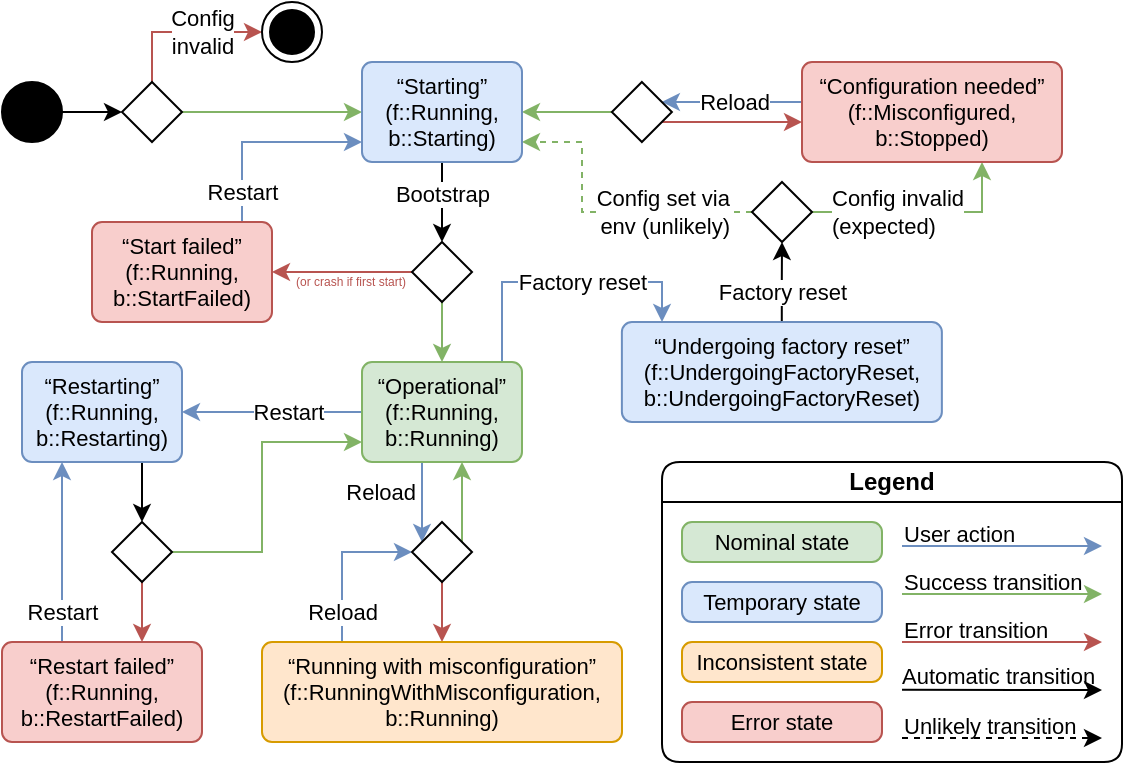
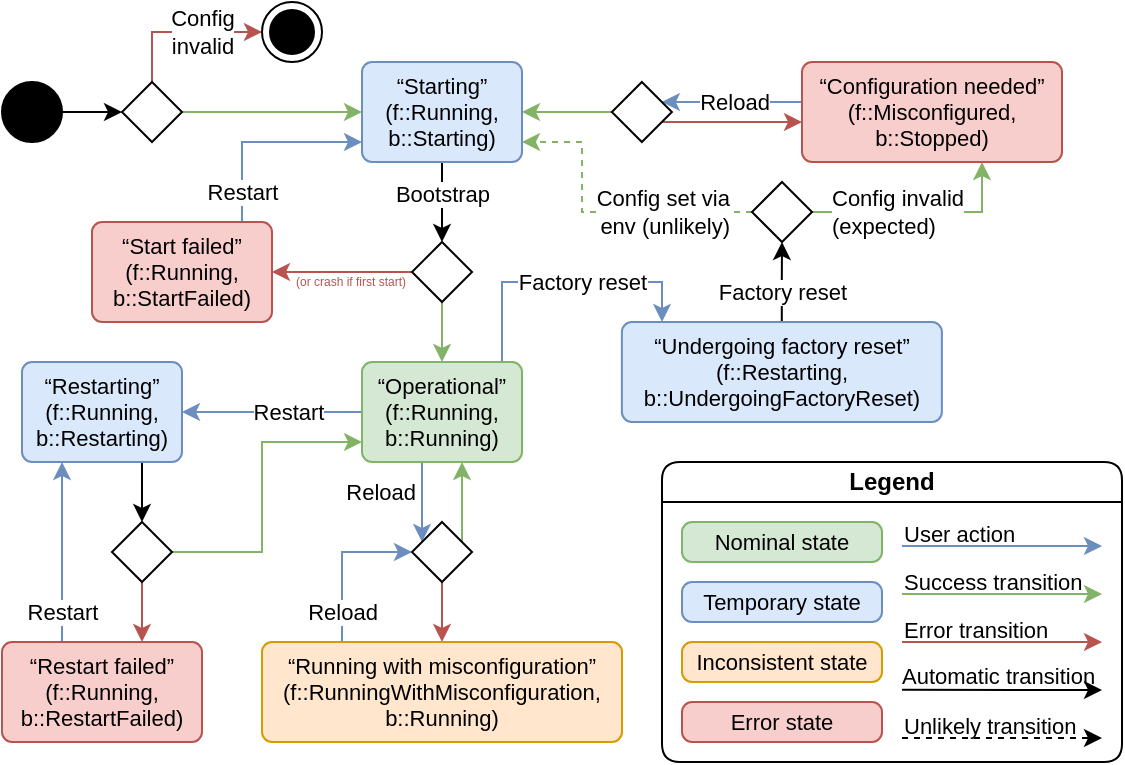
<mxfile host="app.diagrams.net" agent="Mozilla/5.0 (Macintosh; Intel Mac OS X 10.15; rv:144.0) Gecko/20100101 Firefox/144.0" version="28.2.9" pages="4">
  <diagram name="pod-server-api-state-machine" id="iWE8mc69DoLYVVXT-4Qp">
    <mxGraphModel dx="1122" dy="829" grid="1" gridSize="10" guides="1" tooltips="1" connect="1" arrows="1" fold="1" page="1" pageScale="1" pageWidth="1600" pageHeight="900" math="0" shadow="0">
      <root>
        <mxCell id="0" />
        <mxCell id="1" parent="0" />
        <mxCell id="PJxdS7uLjyZmxyq5ucky-50" style="rounded=0;orthogonalLoop=1;jettySize=auto;html=1;fillColor=#f8cecc;strokeColor=#b85450;edgeStyle=orthogonalEdgeStyle;" parent="1" source="PJxdS7uLjyZmxyq5ucky-52" target="PJxdS7uLjyZmxyq5ucky-47" edge="1">
          <mxGeometry relative="1" as="geometry" />
        </mxCell>
        <mxCell id="PJxdS7uLjyZmxyq5ucky-45" style="edgeStyle=orthogonalEdgeStyle;rounded=0;orthogonalLoop=1;jettySize=auto;html=1;fillColor=#dae8fc;strokeColor=#6c8ebf;" parent="1" source="PJxdS7uLjyZmxyq5ucky-47" target="PJxdS7uLjyZmxyq5ucky-52" edge="1">
          <mxGeometry relative="1" as="geometry">
            <Array as="points">
              <mxPoint x="210" y="315" />
            </Array>
          </mxGeometry>
        </mxCell>
        <mxCell id="PJxdS7uLjyZmxyq5ucky-46" value="&lt;div&gt;Reload&lt;/div&gt;" style="edgeLabel;html=1;align=center;verticalAlign=middle;resizable=0;points=[];" parent="PJxdS7uLjyZmxyq5ucky-45" vertex="1" connectable="0">
          <mxGeometry x="-0.2543" relative="1" as="geometry">
            <mxPoint y="15" as="offset" />
          </mxGeometry>
        </mxCell>
        <mxCell id="PJxdS7uLjyZmxyq5ucky-37" style="edgeStyle=orthogonalEdgeStyle;shape=connector;rounded=0;orthogonalLoop=1;jettySize=auto;html=1;strokeColor=#6c8ebf;align=center;verticalAlign=middle;fontFamily=Helvetica;fontSize=11;fontColor=default;labelBackgroundColor=default;resizable=0;endArrow=classic;fillColor=#dae8fc;elbow=vertical;" parent="1" source="PJxdS7uLjyZmxyq5ucky-25" target="PJxdS7uLjyZmxyq5ucky-52" edge="1">
          <mxGeometry relative="1" as="geometry">
            <Array as="points">
              <mxPoint x="250" y="290" />
              <mxPoint x="250" y="290" />
            </Array>
          </mxGeometry>
        </mxCell>
        <mxCell id="PJxdS7uLjyZmxyq5ucky-38" value="Reload" style="edgeLabel;align=right;verticalAlign=middle;resizable=0;points=[];strokeColor=default;fontFamily=Helvetica;fontSize=11;fontColor=default;labelBackgroundColor=default;fillColor=default;gradientColor=none;spacing=5;html=1;" parent="PJxdS7uLjyZmxyq5ucky-37" vertex="1" connectable="0">
          <mxGeometry x="0.249" relative="1" as="geometry">
            <mxPoint y="-10" as="offset" />
          </mxGeometry>
        </mxCell>
        <mxCell id="PJxdS7uLjyZmxyq5ucky-51" style="edgeStyle=orthogonalEdgeStyle;rounded=0;orthogonalLoop=1;jettySize=auto;html=1;fillColor=#d5e8d4;strokeColor=#82b366;" parent="1" source="PJxdS7uLjyZmxyq5ucky-52" target="PJxdS7uLjyZmxyq5ucky-25" edge="1">
          <mxGeometry relative="1" as="geometry">
            <Array as="points">
              <mxPoint x="270" y="290" />
              <mxPoint x="270" y="290" />
            </Array>
          </mxGeometry>
        </mxCell>
        <mxCell id="PJxdS7uLjyZmxyq5ucky-18" style="edgeStyle=orthogonalEdgeStyle;shape=connector;rounded=0;orthogonalLoop=1;jettySize=auto;html=1;strokeColor=#82b366;align=center;verticalAlign=middle;fontFamily=Helvetica;fontSize=11;fontColor=default;labelBackgroundColor=default;resizable=0;endArrow=classic;fillColor=#d5e8d4;dashed=1;" parent="1" source="PJxdS7uLjyZmxyq5ucky-20" target="PJxdS7uLjyZmxyq5ucky-4" edge="1">
          <mxGeometry relative="1" as="geometry">
            <Array as="points">
              <mxPoint x="330" y="145" />
              <mxPoint x="330" y="110" />
            </Array>
          </mxGeometry>
        </mxCell>
        <mxCell id="PJxdS7uLjyZmxyq5ucky-19" value="&lt;div&gt;Config set via&lt;/div&gt;&lt;div&gt;env (unlikely)&lt;/div&gt;" style="edgeLabel;html=1;align=right;verticalAlign=middle;resizable=0;points=[];strokeColor=default;fontFamily=Helvetica;fontSize=11;fontColor=default;labelBackgroundColor=default;fillColor=default;gradientColor=none;spacing=5;" parent="PJxdS7uLjyZmxyq5ucky-18" vertex="1" connectable="0">
          <mxGeometry x="-0.3342" y="1" relative="1" as="geometry">
            <mxPoint x="42" y="-1" as="offset" />
          </mxGeometry>
        </mxCell>
        <mxCell id="PJxdS7uLjyZmxyq5ucky-1" style="edgeStyle=orthogonalEdgeStyle;shape=connector;rounded=0;orthogonalLoop=1;jettySize=auto;html=1;strokeColor=default;align=center;verticalAlign=middle;fontFamily=Helvetica;fontSize=11;fontColor=default;labelBackgroundColor=default;resizable=0;endArrow=classic;" parent="1" source="PJxdS7uLjyZmxyq5ucky-2" target="PJxdS7uLjyZmxyq5ucky-8" edge="1">
          <mxGeometry relative="1" as="geometry" />
        </mxCell>
        <mxCell id="PJxdS7uLjyZmxyq5ucky-3" style="edgeStyle=orthogonalEdgeStyle;shape=connector;rounded=0;orthogonalLoop=1;jettySize=auto;html=1;strokeColor=#82b366;align=center;verticalAlign=middle;fontFamily=Helvetica;fontSize=11;fontColor=default;labelBackgroundColor=default;resizable=0;endArrow=classic;fillColor=#d5e8d4;" parent="1" source="PJxdS7uLjyZmxyq5ucky-30" target="PJxdS7uLjyZmxyq5ucky-25" edge="1">
          <mxGeometry relative="1" as="geometry" />
        </mxCell>
        <mxCell id="PJxdS7uLjyZmxyq5ucky-5" style="edgeStyle=orthogonalEdgeStyle;shape=connector;rounded=0;orthogonalLoop=1;jettySize=auto;html=1;strokeColor=#82b366;align=center;verticalAlign=middle;fontFamily=Helvetica;fontSize=11;fontColor=default;labelBackgroundColor=default;resizable=0;endArrow=classic;fillColor=#d5e8d4;" parent="1" source="PJxdS7uLjyZmxyq5ucky-8" target="PJxdS7uLjyZmxyq5ucky-4" edge="1">
          <mxGeometry relative="1" as="geometry" />
        </mxCell>
        <mxCell id="PJxdS7uLjyZmxyq5ucky-6" style="edgeStyle=orthogonalEdgeStyle;shape=connector;rounded=0;orthogonalLoop=1;jettySize=auto;html=1;strokeColor=#b85450;align=center;verticalAlign=middle;fontFamily=Helvetica;fontSize=11;fontColor=default;labelBackgroundColor=default;resizable=0;endArrow=classic;fillColor=#f8cecc;" parent="1" source="PJxdS7uLjyZmxyq5ucky-8" target="PJxdS7uLjyZmxyq5ucky-9" edge="1">
          <mxGeometry relative="1" as="geometry">
            <Array as="points">
              <mxPoint x="115" y="55" />
            </Array>
          </mxGeometry>
        </mxCell>
        <mxCell id="PJxdS7uLjyZmxyq5ucky-7" value="Config&lt;br&gt;invalid" style="edgeLabel;html=1;align=center;verticalAlign=middle;resizable=0;points=[];strokeColor=default;fontFamily=Helvetica;fontSize=11;fontColor=default;labelBackgroundColor=default;fillColor=default;gradientColor=none;" parent="PJxdS7uLjyZmxyq5ucky-6" vertex="1" connectable="0">
          <mxGeometry x="-0.2583" y="2" relative="1" as="geometry">
            <mxPoint x="20" y="2" as="offset" />
          </mxGeometry>
        </mxCell>
        <mxCell id="PJxdS7uLjyZmxyq5ucky-10" style="edgeStyle=orthogonalEdgeStyle;shape=connector;rounded=0;orthogonalLoop=1;jettySize=auto;html=1;strokeColor=#82b366;align=center;verticalAlign=middle;fontFamily=Helvetica;fontSize=11;fontColor=default;labelBackgroundColor=default;resizable=0;endArrow=classic;fillColor=#d5e8d4;" parent="1" source="PJxdS7uLjyZmxyq5ucky-20" target="PJxdS7uLjyZmxyq5ucky-36" edge="1">
          <mxGeometry relative="1" as="geometry">
            <mxPoint x="425" y="-10" as="targetPoint" />
            <Array as="points">
              <mxPoint x="530" y="145" />
            </Array>
          </mxGeometry>
        </mxCell>
        <mxCell id="PJxdS7uLjyZmxyq5ucky-11" value="&lt;div&gt;Config invalid&lt;/div&gt;&lt;div&gt;(expected)&lt;/div&gt;" style="edgeLabel;html=1;align=left;verticalAlign=middle;resizable=0;points=[];strokeColor=default;fontFamily=Helvetica;fontSize=11;fontColor=default;labelBackgroundColor=default;fillColor=default;gradientColor=none;spacing=5;" parent="PJxdS7uLjyZmxyq5ucky-10" vertex="1" connectable="0">
          <mxGeometry x="-0.49" y="-1" relative="1" as="geometry">
            <mxPoint x="-23" y="-1" as="offset" />
          </mxGeometry>
        </mxCell>
        <mxCell id="PJxdS7uLjyZmxyq5ucky-13" style="edgeStyle=orthogonalEdgeStyle;shape=connector;rounded=0;orthogonalLoop=1;jettySize=auto;html=1;strokeColor=#82b366;align=center;verticalAlign=middle;fontFamily=Helvetica;fontSize=11;fontColor=default;labelBackgroundColor=default;resizable=0;endArrow=classic;fillColor=#d5e8d4;" parent="1" source="PJxdS7uLjyZmxyq5ucky-15" target="PJxdS7uLjyZmxyq5ucky-4" edge="1">
          <mxGeometry relative="1" as="geometry">
            <mxPoint x="370" y="89.99999999999977" as="targetPoint" />
          </mxGeometry>
        </mxCell>
        <mxCell id="PJxdS7uLjyZmxyq5ucky-14" style="edgeStyle=orthogonalEdgeStyle;shape=connector;rounded=0;orthogonalLoop=1;jettySize=auto;html=1;strokeColor=#b85450;align=center;verticalAlign=middle;fontFamily=Helvetica;fontSize=11;fontColor=default;labelBackgroundColor=default;resizable=0;endArrow=classic;fillColor=#f8cecc;" parent="1" source="PJxdS7uLjyZmxyq5ucky-15" target="PJxdS7uLjyZmxyq5ucky-36" edge="1">
          <mxGeometry relative="1" as="geometry">
            <Array as="points">
              <mxPoint x="410" y="100" />
              <mxPoint x="410" y="100" />
            </Array>
          </mxGeometry>
        </mxCell>
        <mxCell id="PJxdS7uLjyZmxyq5ucky-16" value="" style="edgeStyle=orthogonalEdgeStyle;shape=connector;rounded=0;orthogonalLoop=1;jettySize=auto;html=1;strokeColor=default;align=center;verticalAlign=middle;fontFamily=Helvetica;fontSize=11;fontColor=default;labelBackgroundColor=default;resizable=0;endArrow=classic;" parent="1" source="PJxdS7uLjyZmxyq5ucky-12" target="PJxdS7uLjyZmxyq5ucky-20" edge="1">
          <mxGeometry relative="1" as="geometry">
            <mxPoint x="480" y="-15" as="sourcePoint" />
            <mxPoint x="480" y="75" as="targetPoint" />
          </mxGeometry>
        </mxCell>
        <mxCell id="PJxdS7uLjyZmxyq5ucky-17" value="Factory reset" style="edgeLabel;html=1;align=center;verticalAlign=middle;resizable=0;points=[];strokeColor=default;fontFamily=Helvetica;fontSize=11;fontColor=default;labelBackgroundColor=default;fillColor=default;gradientColor=none;" parent="PJxdS7uLjyZmxyq5ucky-16" vertex="1" connectable="0">
          <mxGeometry x="-0.1949" relative="1" as="geometry">
            <mxPoint y="1" as="offset" />
          </mxGeometry>
        </mxCell>
        <mxCell id="PJxdS7uLjyZmxyq5ucky-21" style="edgeStyle=orthogonalEdgeStyle;shape=connector;rounded=0;orthogonalLoop=1;jettySize=auto;html=1;strokeColor=#6c8ebf;align=center;verticalAlign=middle;fontFamily=Helvetica;fontSize=11;fontColor=default;labelBackgroundColor=default;resizable=0;endArrow=classic;fillColor=#dae8fc;" parent="1" source="PJxdS7uLjyZmxyq5ucky-25" target="PJxdS7uLjyZmxyq5ucky-12" edge="1">
          <mxGeometry relative="1" as="geometry">
            <Array as="points">
              <mxPoint x="290" y="180" />
              <mxPoint x="370" y="180" />
            </Array>
          </mxGeometry>
        </mxCell>
        <mxCell id="PJxdS7uLjyZmxyq5ucky-22" value="Factory reset" style="edgeLabel;html=1;align=center;verticalAlign=middle;resizable=0;points=[];strokeColor=default;fontFamily=Helvetica;fontSize=11;fontColor=default;labelBackgroundColor=default;fillColor=default;gradientColor=none;" parent="PJxdS7uLjyZmxyq5ucky-21" vertex="1" connectable="0">
          <mxGeometry x="-0.853" y="-1" relative="1" as="geometry">
            <mxPoint x="39" y="-30" as="offset" />
          </mxGeometry>
        </mxCell>
        <mxCell id="PJxdS7uLjyZmxyq5ucky-23" style="edgeStyle=orthogonalEdgeStyle;shape=connector;rounded=0;orthogonalLoop=1;jettySize=auto;html=1;strokeColor=#6c8ebf;align=center;verticalAlign=middle;fontFamily=Helvetica;fontSize=11;fontColor=default;labelBackgroundColor=default;resizable=0;endArrow=classic;fillColor=#dae8fc;" parent="1" target="PJxdS7uLjyZmxyq5ucky-49" edge="1">
          <mxGeometry relative="1" as="geometry">
            <mxPoint x="160" y="235.00869565217397" as="targetPoint" />
            <Array as="points">
              <mxPoint x="220" y="245" />
            </Array>
            <mxPoint x="220" y="235.00869565217397" as="sourcePoint" />
          </mxGeometry>
        </mxCell>
        <mxCell id="PJxdS7uLjyZmxyq5ucky-24" value="&lt;div&gt;Restart&lt;/div&gt;" style="edgeLabel;html=1;align=center;verticalAlign=middle;resizable=0;points=[];strokeColor=default;fontFamily=Helvetica;fontSize=11;fontColor=default;labelBackgroundColor=default;fillColor=default;gradientColor=none;" parent="PJxdS7uLjyZmxyq5ucky-23" vertex="1" connectable="0">
          <mxGeometry x="-0.2047" y="1" relative="1" as="geometry">
            <mxPoint x="-7" y="-1" as="offset" />
          </mxGeometry>
        </mxCell>
        <mxCell id="PJxdS7uLjyZmxyq5ucky-26" value="" style="edgeStyle=orthogonalEdgeStyle;shape=connector;rounded=0;orthogonalLoop=1;jettySize=auto;html=1;strokeColor=default;align=center;verticalAlign=middle;fontFamily=Helvetica;fontSize=11;fontColor=default;labelBackgroundColor=default;resizable=0;endArrow=classic;" parent="1" source="PJxdS7uLjyZmxyq5ucky-4" target="PJxdS7uLjyZmxyq5ucky-30" edge="1">
          <mxGeometry relative="1" as="geometry">
            <mxPoint x="295" y="110" as="sourcePoint" />
            <mxPoint x="295" y="200" as="targetPoint" />
          </mxGeometry>
        </mxCell>
        <mxCell id="PJxdS7uLjyZmxyq5ucky-27" value="Bootstrap" style="edgeLabel;html=1;align=center;verticalAlign=middle;resizable=0;points=[];strokeColor=default;fontFamily=Helvetica;fontSize=11;fontColor=default;labelBackgroundColor=default;fillColor=default;gradientColor=none;" parent="PJxdS7uLjyZmxyq5ucky-26" vertex="1" connectable="0">
          <mxGeometry x="-0.1333" y="-1" relative="1" as="geometry">
            <mxPoint x="1" y="-2" as="offset" />
          </mxGeometry>
        </mxCell>
        <mxCell id="PJxdS7uLjyZmxyq5ucky-28" style="edgeStyle=orthogonalEdgeStyle;shape=connector;rounded=0;orthogonalLoop=1;jettySize=auto;html=1;strokeColor=#b85450;align=center;verticalAlign=middle;fontFamily=Helvetica;fontSize=11;fontColor=default;labelBackgroundColor=default;resizable=0;endArrow=classic;fillColor=#f8cecc;" parent="1" source="PJxdS7uLjyZmxyq5ucky-30" target="PJxdS7uLjyZmxyq5ucky-33" edge="1">
          <mxGeometry relative="1" as="geometry">
            <Array as="points">
              <mxPoint x="250" y="175" />
              <mxPoint x="250" y="175" />
            </Array>
          </mxGeometry>
        </mxCell>
        <mxCell id="PJxdS7uLjyZmxyq5ucky-29" value="(or crash if first start)" style="edgeLabel;html=1;align=center;verticalAlign=top;resizable=0;points=[];strokeColor=default;fontFamily=Helvetica;fontSize=6;fontColor=#B85450;labelBackgroundColor=default;fillColor=default;gradientColor=none;spacing=-3;" parent="PJxdS7uLjyZmxyq5ucky-28" vertex="1" connectable="0">
          <mxGeometry x="0.2662" y="1" relative="1" as="geometry">
            <mxPoint x="13" y="-1" as="offset" />
          </mxGeometry>
        </mxCell>
        <mxCell id="PJxdS7uLjyZmxyq5ucky-31" style="shape=connector;rounded=0;orthogonalLoop=1;jettySize=auto;html=1;strokeColor=#6C8EBF;align=center;verticalAlign=middle;fontFamily=Helvetica;fontSize=11;fontColor=default;labelBackgroundColor=default;resizable=0;endArrow=classic;fillColor=#dae8fc;edgeStyle=orthogonalEdgeStyle;" parent="1" source="PJxdS7uLjyZmxyq5ucky-33" target="PJxdS7uLjyZmxyq5ucky-4" edge="1">
          <mxGeometry relative="1" as="geometry">
            <Array as="points">
              <mxPoint x="160" y="110" />
            </Array>
          </mxGeometry>
        </mxCell>
        <mxCell id="PJxdS7uLjyZmxyq5ucky-32" value="Restart" style="edgeLabel;align=center;verticalAlign=middle;resizable=0;points=[];strokeColor=default;fontFamily=Helvetica;fontSize=11;fontColor=default;labelBackgroundColor=default;fillColor=default;gradientColor=none;html=1;" parent="PJxdS7uLjyZmxyq5ucky-31" vertex="1" connectable="0">
          <mxGeometry x="-0.0255" y="-1" relative="1" as="geometry">
            <mxPoint x="-9" y="24" as="offset" />
          </mxGeometry>
        </mxCell>
        <mxCell id="PJxdS7uLjyZmxyq5ucky-34" style="edgeStyle=orthogonalEdgeStyle;shape=connector;rounded=0;orthogonalLoop=1;jettySize=auto;html=1;strokeColor=#6c8ebf;align=center;verticalAlign=middle;fontFamily=Helvetica;fontSize=11;fontColor=default;labelBackgroundColor=default;resizable=0;endArrow=classic;fillColor=#dae8fc;" parent="1" source="PJxdS7uLjyZmxyq5ucky-36" target="PJxdS7uLjyZmxyq5ucky-15" edge="1">
          <mxGeometry relative="1" as="geometry">
            <Array as="points">
              <mxPoint x="410" y="90" />
              <mxPoint x="410" y="90" />
            </Array>
          </mxGeometry>
        </mxCell>
        <mxCell id="PJxdS7uLjyZmxyq5ucky-35" value="Reload" style="edgeLabel;html=1;align=center;verticalAlign=middle;resizable=0;points=[];strokeColor=default;fontFamily=Helvetica;fontSize=11;fontColor=default;labelBackgroundColor=default;fillColor=default;gradientColor=none;" parent="PJxdS7uLjyZmxyq5ucky-34" vertex="1" connectable="0">
          <mxGeometry x="0.1867" y="-1" relative="1" as="geometry">
            <mxPoint x="7" y="1" as="offset" />
          </mxGeometry>
        </mxCell>
        <mxCell id="PJxdS7uLjyZmxyq5ucky-39" style="edgeStyle=orthogonalEdgeStyle;shape=connector;rounded=0;orthogonalLoop=1;jettySize=auto;html=1;strokeColor=#6c8ebf;align=center;verticalAlign=middle;fontFamily=Helvetica;fontSize=11;fontColor=default;labelBackgroundColor=default;resizable=0;endArrow=classic;fillColor=#dae8fc;" parent="1" source="PJxdS7uLjyZmxyq5ucky-41" target="PJxdS7uLjyZmxyq5ucky-49" edge="1">
          <mxGeometry relative="1" as="geometry">
            <Array as="points">
              <mxPoint x="70" y="320" />
              <mxPoint x="70" y="320" />
            </Array>
          </mxGeometry>
        </mxCell>
        <mxCell id="PJxdS7uLjyZmxyq5ucky-40" value="Restart" style="edgeLabel;html=1;align=center;verticalAlign=middle;resizable=0;points=[];strokeColor=default;fontFamily=Helvetica;fontSize=11;fontColor=default;labelBackgroundColor=default;fillColor=default;gradientColor=none;" parent="PJxdS7uLjyZmxyq5ucky-39" vertex="1" connectable="0">
          <mxGeometry x="0.2024" y="-1" relative="1" as="geometry">
            <mxPoint x="-1" y="39" as="offset" />
          </mxGeometry>
        </mxCell>
        <mxCell id="PJxdS7uLjyZmxyq5ucky-42" style="edgeStyle=orthogonalEdgeStyle;shape=connector;rounded=0;orthogonalLoop=1;jettySize=auto;html=1;strokeColor=#82b366;align=center;verticalAlign=middle;fontFamily=Helvetica;fontSize=11;fontColor=default;labelBackgroundColor=default;resizable=0;endArrow=classic;fillColor=#d5e8d4;" parent="1" source="PJxdS7uLjyZmxyq5ucky-44" target="PJxdS7uLjyZmxyq5ucky-25" edge="1">
          <mxGeometry relative="1" as="geometry">
            <Array as="points">
              <mxPoint x="170" y="315" />
              <mxPoint x="170" y="260" />
            </Array>
          </mxGeometry>
        </mxCell>
        <mxCell id="PJxdS7uLjyZmxyq5ucky-43" style="edgeStyle=orthogonalEdgeStyle;shape=connector;rounded=0;orthogonalLoop=1;jettySize=auto;html=1;strokeColor=#b85450;align=center;verticalAlign=middle;fontFamily=Helvetica;fontSize=11;fontColor=default;labelBackgroundColor=default;resizable=0;endArrow=classic;fillColor=#f8cecc;" parent="1" source="PJxdS7uLjyZmxyq5ucky-44" target="PJxdS7uLjyZmxyq5ucky-41" edge="1">
          <mxGeometry relative="1" as="geometry">
            <Array as="points">
              <mxPoint x="110" y="340" />
              <mxPoint x="110" y="340" />
            </Array>
            <mxPoint x="94.99999999999994" y="360" as="targetPoint" />
          </mxGeometry>
        </mxCell>
        <mxCell id="PJxdS7uLjyZmxyq5ucky-48" style="rounded=0;orthogonalLoop=1;jettySize=auto;html=1;edgeStyle=orthogonalEdgeStyle;" parent="1" source="PJxdS7uLjyZmxyq5ucky-49" target="PJxdS7uLjyZmxyq5ucky-44" edge="1">
          <mxGeometry relative="1" as="geometry">
            <mxPoint x="95.00000000000006" y="270" as="sourcePoint" />
            <Array as="points">
              <mxPoint x="110" y="280" />
              <mxPoint x="110" y="280" />
            </Array>
          </mxGeometry>
        </mxCell>
        <mxCell id="nWlEt93Ac3toZKjitnML-1" value="&lt;div&gt;Legend&lt;/div&gt;" style="swimlane;whiteSpace=wrap;html=1;rounded=1;startSize=20;swimlaneFillColor=default;" parent="1" vertex="1">
          <mxGeometry x="370" y="270" width="230" height="150" as="geometry" />
        </mxCell>
        <mxCell id="nWlEt93Ac3toZKjitnML-2" value="Nominal state" style="align=center;verticalAlign=middle;rounded=1;absoluteArcSize=1;arcSize=10;dashed=0;whiteSpace=wrap;strokeColor=#82b366;fontFamily=Helvetica;fontSize=11;labelBackgroundColor=none;resizable=1;fillColor=#d5e8d4;movable=1;rotatable=1;deletable=1;editable=1;locked=0;connectable=1;" parent="nWlEt93Ac3toZKjitnML-1" vertex="1">
          <mxGeometry x="10" y="30" width="100" height="20" as="geometry" />
        </mxCell>
        <mxCell id="nWlEt93Ac3toZKjitnML-3" value="Temporary state" style="align=center;verticalAlign=middle;rounded=1;absoluteArcSize=1;arcSize=10;dashed=0;whiteSpace=wrap;strokeColor=#6c8ebf;fontFamily=Helvetica;fontSize=11;labelBackgroundColor=none;resizable=1;fillColor=#dae8fc;movable=1;rotatable=1;deletable=1;editable=1;locked=0;connectable=1;" parent="nWlEt93Ac3toZKjitnML-1" vertex="1">
          <mxGeometry x="10" y="60" width="100" height="20" as="geometry" />
        </mxCell>
        <mxCell id="nWlEt93Ac3toZKjitnML-4" value="Inconsistent state" style="align=center;verticalAlign=middle;rounded=1;absoluteArcSize=1;arcSize=10;dashed=0;whiteSpace=wrap;strokeColor=#d79b00;fontFamily=Helvetica;fontSize=11;labelBackgroundColor=none;resizable=1;fillColor=#ffe6cc;movable=1;rotatable=1;deletable=1;editable=1;locked=0;connectable=1;" parent="nWlEt93Ac3toZKjitnML-1" vertex="1">
          <mxGeometry x="10" y="90" width="100" height="20" as="geometry" />
        </mxCell>
        <mxCell id="nWlEt93Ac3toZKjitnML-5" value="Error state" style="align=center;verticalAlign=middle;rounded=1;absoluteArcSize=1;arcSize=10;dashed=0;whiteSpace=wrap;strokeColor=#b85450;fontFamily=Helvetica;fontSize=11;labelBackgroundColor=none;resizable=1;fillColor=#f8cecc;movable=1;rotatable=1;deletable=1;editable=1;locked=0;connectable=1;" parent="nWlEt93Ac3toZKjitnML-1" vertex="1">
          <mxGeometry x="10" y="120" width="100" height="20" as="geometry" />
        </mxCell>
        <mxCell id="nWlEt93Ac3toZKjitnML-10" style="shape=connector;rounded=0;orthogonalLoop=1;jettySize=auto;html=1;strokeColor=#6c8ebf;align=center;verticalAlign=middle;fontFamily=Helvetica;fontSize=11;fontColor=default;labelBackgroundColor=default;resizable=0;endArrow=classic;fillColor=#dae8fc;" parent="nWlEt93Ac3toZKjitnML-1" edge="1">
          <mxGeometry relative="1" as="geometry">
            <mxPoint x="120" y="42" as="sourcePoint" />
            <mxPoint x="220" y="42" as="targetPoint" />
          </mxGeometry>
        </mxCell>
        <mxCell id="nWlEt93Ac3toZKjitnML-11" value="User action" style="edgeLabel;html=1;align=left;verticalAlign=bottom;resizable=0;points=[];strokeColor=default;fontFamily=Helvetica;fontSize=11;fontColor=default;labelBackgroundColor=none;fillColor=default;gradientColor=none;spacing=0;" parent="nWlEt93Ac3toZKjitnML-10" vertex="1" connectable="0">
          <mxGeometry x="-0.853" y="-1" relative="1" as="geometry">
            <mxPoint x="-7" y="-1" as="offset" />
          </mxGeometry>
        </mxCell>
        <mxCell id="nWlEt93Ac3toZKjitnML-12" style="shape=connector;rounded=0;orthogonalLoop=1;jettySize=auto;html=1;strokeColor=#82b366;align=center;verticalAlign=middle;fontFamily=Helvetica;fontSize=11;fontColor=default;labelBackgroundColor=default;resizable=0;endArrow=classic;fillColor=#d5e8d4;" parent="nWlEt93Ac3toZKjitnML-1" edge="1">
          <mxGeometry relative="1" as="geometry">
            <mxPoint x="120" y="66.00000000000001" as="sourcePoint" />
            <mxPoint x="220" y="66" as="targetPoint" />
          </mxGeometry>
        </mxCell>
        <mxCell id="nWlEt93Ac3toZKjitnML-13" value="Success transition" style="edgeLabel;html=1;align=left;verticalAlign=bottom;resizable=0;points=[];strokeColor=default;fontFamily=Helvetica;fontSize=11;fontColor=default;labelBackgroundColor=none;fillColor=default;gradientColor=none;spacing=0;" parent="nWlEt93Ac3toZKjitnML-12" vertex="1" connectable="0">
          <mxGeometry x="-0.853" y="-1" relative="1" as="geometry">
            <mxPoint x="-7" y="-1" as="offset" />
          </mxGeometry>
        </mxCell>
        <mxCell id="nWlEt93Ac3toZKjitnML-14" style="shape=connector;rounded=0;orthogonalLoop=1;jettySize=auto;html=1;strokeColor=#b85450;align=center;verticalAlign=middle;fontFamily=Helvetica;fontSize=11;fontColor=default;labelBackgroundColor=default;resizable=0;endArrow=classic;fillColor=#f8cecc;" parent="nWlEt93Ac3toZKjitnML-1" edge="1">
          <mxGeometry relative="1" as="geometry">
            <mxPoint x="120" y="90.00000000000003" as="sourcePoint" />
            <mxPoint x="220" y="90" as="targetPoint" />
          </mxGeometry>
        </mxCell>
        <mxCell id="nWlEt93Ac3toZKjitnML-15" value="Error transition" style="edgeLabel;html=1;align=left;verticalAlign=bottom;resizable=0;points=[];strokeColor=default;fontFamily=Helvetica;fontSize=11;fontColor=default;labelBackgroundColor=none;fillColor=default;gradientColor=none;spacing=0;" parent="nWlEt93Ac3toZKjitnML-14" vertex="1" connectable="0">
          <mxGeometry x="-0.853" y="-1" relative="1" as="geometry">
            <mxPoint x="-7" y="-1" as="offset" />
          </mxGeometry>
        </mxCell>
        <mxCell id="nWlEt93Ac3toZKjitnML-16" style="shape=connector;rounded=0;orthogonalLoop=1;jettySize=auto;html=1;align=center;verticalAlign=middle;fontFamily=Helvetica;fontSize=11;fontColor=default;labelBackgroundColor=default;resizable=0;endArrow=classic;" parent="nWlEt93Ac3toZKjitnML-1" edge="1">
          <mxGeometry relative="1" as="geometry">
            <mxPoint x="120" y="113.86999999999996" as="sourcePoint" />
            <mxPoint x="220" y="114" as="targetPoint" />
          </mxGeometry>
        </mxCell>
        <mxCell id="nWlEt93Ac3toZKjitnML-17" value="Automatic transition" style="edgeLabel;html=1;align=left;verticalAlign=bottom;resizable=0;points=[];strokeColor=default;fontFamily=Helvetica;fontSize=11;fontColor=default;labelBackgroundColor=none;fillColor=default;gradientColor=none;spacing=0;" parent="nWlEt93Ac3toZKjitnML-16" vertex="1" connectable="0">
          <mxGeometry x="-0.853" y="-1" relative="1" as="geometry">
            <mxPoint x="-7" y="-1" as="offset" />
          </mxGeometry>
        </mxCell>
        <mxCell id="nWlEt93Ac3toZKjitnML-18" style="shape=connector;rounded=0;orthogonalLoop=1;jettySize=auto;html=1;align=center;verticalAlign=middle;fontFamily=Helvetica;fontSize=11;fontColor=default;labelBackgroundColor=default;resizable=0;endArrow=classic;dashed=1;" parent="nWlEt93Ac3toZKjitnML-1" edge="1">
          <mxGeometry relative="1" as="geometry">
            <mxPoint x="120" y="138" as="sourcePoint" />
            <mxPoint x="220" y="138" as="targetPoint" />
          </mxGeometry>
        </mxCell>
        <mxCell id="nWlEt93Ac3toZKjitnML-19" value="Unlikely transition" style="edgeLabel;html=1;align=left;verticalAlign=bottom;resizable=0;points=[];strokeColor=default;fontFamily=Helvetica;fontSize=11;fontColor=default;labelBackgroundColor=none;fillColor=default;gradientColor=none;spacing=0;" parent="nWlEt93Ac3toZKjitnML-18" vertex="1" connectable="0">
          <mxGeometry x="-0.853" y="-1" relative="1" as="geometry">
            <mxPoint x="-7" y="-1" as="offset" />
          </mxGeometry>
        </mxCell>
        <mxCell id="PJxdS7uLjyZmxyq5ucky-52" value="" style="rhombus;strokeColor=default;align=center;verticalAlign=middle;fontFamily=Helvetica;fontSize=11;fontColor=default;labelBackgroundColor=default;resizable=0;fillColor=default;gradientColor=none;" parent="1" vertex="1">
          <mxGeometry x="245" y="300" width="30" height="30" as="geometry" />
        </mxCell>
        <mxCell id="PJxdS7uLjyZmxyq5ucky-2" value="" style="ellipse;fillColor=strokeColor;html=1;strokeColor=default;align=center;verticalAlign=middle;fontFamily=Helvetica;fontSize=11;fontColor=default;labelBackgroundColor=default;resizable=0;" parent="1" vertex="1">
          <mxGeometry x="40" y="80" width="30" height="30" as="geometry" />
        </mxCell>
        <mxCell id="PJxdS7uLjyZmxyq5ucky-4" value="“Starting”&#xa;(f::Running,&#xa;b::Starting)" style="align=center;verticalAlign=middle;rounded=1;absoluteArcSize=1;arcSize=10;dashed=0;whiteSpace=wrap;strokeColor=#6c8ebf;fontFamily=Helvetica;fontSize=11;labelBackgroundColor=none;resizable=1;fillColor=#dae8fc;movable=1;rotatable=1;deletable=1;editable=1;locked=0;connectable=1;" parent="1" vertex="1">
          <mxGeometry x="220" y="70" width="80" height="50" as="geometry" />
        </mxCell>
        <mxCell id="PJxdS7uLjyZmxyq5ucky-8" value="" style="rhombus;strokeColor=default;align=center;verticalAlign=middle;fontFamily=Helvetica;fontSize=11;fontColor=default;labelBackgroundColor=default;resizable=0;fillColor=default;gradientColor=none;" parent="1" vertex="1">
          <mxGeometry x="100" y="80" width="30" height="30" as="geometry" />
        </mxCell>
        <mxCell id="PJxdS7uLjyZmxyq5ucky-9" value="" style="ellipse;html=1;shape=endState;fillColor=strokeColor;strokeColor=default;align=center;verticalAlign=middle;fontFamily=Helvetica;fontSize=11;fontColor=default;labelBackgroundColor=default;resizable=0;" parent="1" vertex="1">
          <mxGeometry x="170" y="40" width="30" height="30" as="geometry" />
        </mxCell>
-         <mxCell id="PJxdS7uLjyZmxyq5ucky-12" value="“Undergoing factory reset”&#xa;(f::UndergoingFactoryReset,&#xa;b::UndergoingFactoryReset)" style="align=center;verticalAlign=middle;rounded=1;absoluteArcSize=1;arcSize=10;dashed=0;whiteSpace=wrap;strokeColor=#6c8ebf;fontFamily=Helvetica;fontSize=11;labelBackgroundColor=none;resizable=1;fillColor=#dae8fc;movable=1;rotatable=1;deletable=1;editable=1;locked=0;connectable=1;" parent="1" vertex="1">
+         <mxCell id="PJxdS7uLjyZmxyq5ucky-12" value="“Undergoing factory reset”&#xa;(f::Restarting,&#xa;b::UndergoingFactoryReset)" style="align=center;verticalAlign=middle;rounded=1;absoluteArcSize=1;arcSize=10;dashed=0;whiteSpace=wrap;strokeColor=#6c8ebf;fontFamily=Helvetica;fontSize=11;labelBackgroundColor=none;resizable=1;fillColor=#dae8fc;movable=1;rotatable=1;deletable=1;editable=1;locked=0;connectable=1;" parent="1" vertex="1">
          <mxGeometry x="349.94" y="200" width="160" height="50" as="geometry" />
        </mxCell>
        <mxCell id="PJxdS7uLjyZmxyq5ucky-15" value="" style="rhombus;strokeColor=default;align=center;verticalAlign=middle;fontFamily=Helvetica;fontSize=11;fontColor=default;labelBackgroundColor=default;resizable=0;fillColor=default;gradientColor=none;" parent="1" vertex="1">
          <mxGeometry x="344.94" y="80" width="30" height="30" as="geometry" />
        </mxCell>
        <mxCell id="PJxdS7uLjyZmxyq5ucky-20" value="" style="rhombus;strokeColor=default;align=center;verticalAlign=middle;fontFamily=Helvetica;fontSize=11;fontColor=default;labelBackgroundColor=default;resizable=0;fillColor=default;gradientColor=none;" parent="1" vertex="1">
          <mxGeometry x="415" y="130" width="30" height="30" as="geometry" />
        </mxCell>
        <mxCell id="PJxdS7uLjyZmxyq5ucky-25" value="“Operational”&#xa;(f::Running,&#xa;b::Running)" style="align=center;verticalAlign=middle;rounded=1;absoluteArcSize=1;arcSize=10;dashed=0;whiteSpace=wrap;strokeColor=#82b366;fontFamily=Helvetica;fontSize=11;labelBackgroundColor=none;resizable=1;fillColor=#d5e8d4;movable=1;rotatable=1;deletable=1;editable=1;locked=0;connectable=1;" parent="1" vertex="1">
          <mxGeometry x="220" y="220" width="80" height="50" as="geometry" />
        </mxCell>
        <mxCell id="PJxdS7uLjyZmxyq5ucky-30" value="" style="rhombus;strokeColor=default;align=center;verticalAlign=middle;fontFamily=Helvetica;fontSize=11;fontColor=default;labelBackgroundColor=default;resizable=0;fillColor=default;gradientColor=none;" parent="1" vertex="1">
          <mxGeometry x="245" y="160" width="30" height="30" as="geometry" />
        </mxCell>
        <mxCell id="PJxdS7uLjyZmxyq5ucky-33" value="“Start failed”&#xa;(f::Running,&#xa;b::StartFailed)" style="align=center;verticalAlign=middle;rounded=1;absoluteArcSize=1;arcSize=10;dashed=0;whiteSpace=wrap;strokeColor=#b85450;fontFamily=Helvetica;fontSize=11;labelBackgroundColor=none;resizable=1;fillColor=#f8cecc;movable=1;rotatable=1;deletable=1;editable=1;locked=0;connectable=1;" parent="1" vertex="1">
          <mxGeometry x="85" y="150" width="90" height="50" as="geometry" />
        </mxCell>
        <mxCell id="PJxdS7uLjyZmxyq5ucky-36" value="“Configuration needed”&#xa;(f::Misconfigured,&#xa;b::Stopped)" style="align=center;verticalAlign=middle;rounded=1;absoluteArcSize=1;arcSize=10;dashed=0;whiteSpace=wrap;strokeColor=#b85450;fontFamily=Helvetica;fontSize=11;labelBackgroundColor=none;resizable=1;fillColor=#f8cecc;movable=1;rotatable=1;deletable=1;editable=1;locked=0;connectable=1;" parent="1" vertex="1">
          <mxGeometry x="440" y="70" width="130" height="50" as="geometry" />
        </mxCell>
        <mxCell id="PJxdS7uLjyZmxyq5ucky-41" value="“Restart failed”&#xa;(f::Running,&#xa;b::RestartFailed)" style="align=center;verticalAlign=middle;rounded=1;absoluteArcSize=1;arcSize=10;dashed=0;whiteSpace=wrap;strokeColor=#b85450;fontFamily=Helvetica;fontSize=11;labelBackgroundColor=none;resizable=1;fillColor=#f8cecc;movable=1;rotatable=1;deletable=1;editable=1;locked=0;connectable=1;" parent="1" vertex="1">
          <mxGeometry x="40" y="360" width="100" height="50" as="geometry" />
        </mxCell>
        <mxCell id="PJxdS7uLjyZmxyq5ucky-44" value="" style="rhombus;strokeColor=default;align=center;verticalAlign=middle;fontFamily=Helvetica;fontSize=11;fontColor=default;labelBackgroundColor=default;resizable=0;fillColor=default;gradientColor=none;" parent="1" vertex="1">
          <mxGeometry x="95" y="300" width="30" height="30" as="geometry" />
        </mxCell>
        <mxCell id="PJxdS7uLjyZmxyq5ucky-47" value="“Running with misconfiguration”&#xa;(f::RunningWithMisconfiguration,&#xa;b::Running)" style="align=center;verticalAlign=middle;rounded=1;absoluteArcSize=1;arcSize=10;dashed=0;whiteSpace=wrap;strokeColor=#d79b00;fontFamily=Helvetica;fontSize=11;labelBackgroundColor=none;resizable=1;fillColor=#ffe6cc;movable=1;rotatable=1;deletable=1;editable=1;locked=0;connectable=1;" parent="1" vertex="1">
          <mxGeometry x="170" y="360" width="180" height="50" as="geometry" />
        </mxCell>
        <mxCell id="PJxdS7uLjyZmxyq5ucky-49" value="“Restarting”&#xa;(f::Running,&#xa;b::Restarting)" style="align=center;verticalAlign=middle;rounded=1;absoluteArcSize=1;arcSize=10;dashed=0;whiteSpace=wrap;strokeColor=#6c8ebf;fontFamily=Helvetica;fontSize=11;labelBackgroundColor=none;resizable=1;fillColor=#dae8fc;movable=1;rotatable=1;deletable=1;editable=1;locked=0;connectable=1;" parent="1" vertex="1">
          <mxGeometry x="50" y="220" width="80" height="50" as="geometry" />
        </mxCell>
      </root>
    </mxGraphModel>
  </diagram>
  <diagram id="19gmGm_aDcxjUTl3iMPW" name="architecture">
    <mxGraphModel dx="987" dy="730" grid="1" gridSize="10" guides="1" tooltips="1" connect="1" arrows="1" fold="1" page="1" pageScale="1" pageWidth="1600" pageHeight="900" math="0" shadow="0">
      <root>
        <mxCell id="0" />
        <mxCell id="1" parent="0" />
        <mxCell id="zfgBXv09rngYK-lirvOy-22" value="Prosody" style="rounded=1;whiteSpace=wrap;html=1;verticalAlign=middle;spacing=4;fillColor=#f8cecc;strokeColor=#b85450;" vertex="1" parent="1">
          <mxGeometry x="40" y="200" width="710" height="30" as="geometry" />
        </mxCell>
        <mxCell id="zfgBXv09rngYK-lirvOy-11" value="prose-app-ios" style="rounded=1;whiteSpace=wrap;html=1;fillColor=#dae8fc;strokeColor=#6c8ebf;" vertex="1" parent="1">
          <mxGeometry x="40" y="80" width="100" height="30" as="geometry" />
        </mxCell>
        <mxCell id="zfgBXv09rngYK-lirvOy-1" value="prose-app-web" style="rounded=1;whiteSpace=wrap;html=1;fillColor=#dae8fc;strokeColor=#6c8ebf;" vertex="1" parent="1">
          <mxGeometry x="150" y="80" width="250" height="30" as="geometry" />
        </mxCell>
        <mxCell id="zfgBXv09rngYK-lirvOy-6" value="prose-app-macos" style="rounded=1;whiteSpace=wrap;html=1;fillColor=#dae8fc;strokeColor=#6c8ebf;" vertex="1" parent="1">
          <mxGeometry x="150" y="40" width="120" height="30" as="geometry" />
        </mxCell>
        <mxCell id="zfgBXv09rngYK-lirvOy-7" value="prose-core-client" style="rounded=1;whiteSpace=wrap;html=1;verticalAlign=middle;spacing=4;fillColor=#ffe6cc;strokeColor=#d79b00;" vertex="1" parent="1">
          <mxGeometry x="40" y="160" width="490" height="30" as="geometry" />
        </mxCell>
        <mxCell id="zfgBXv09rngYK-lirvOy-8" value="prose-sdk-ffi" style="rounded=1;whiteSpace=wrap;html=1;fillColor=#ffe6cc;strokeColor=#d79b00;" vertex="1" parent="1">
          <mxGeometry x="40" y="120" width="100" height="30" as="geometry" />
        </mxCell>
        <mxCell id="zfgBXv09rngYK-lirvOy-10" value="&lt;div&gt;prose-sdk-js&lt;/div&gt;" style="rounded=1;whiteSpace=wrap;html=1;fillColor=#ffe6cc;strokeColor=#d79b00;" vertex="1" parent="1">
          <mxGeometry x="150" y="120" width="250" height="30" as="geometry" />
        </mxCell>
        <mxCell id="zfgBXv09rngYK-lirvOy-14" value="Prose Pod Dashboard" style="rounded=1;whiteSpace=wrap;html=1;fillColor=#dae8fc;strokeColor=#6c8ebf;" vertex="1" parent="1">
          <mxGeometry x="410" y="40" width="220" height="30" as="geometry" />
        </mxCell>
        <mxCell id="zfgBXv09rngYK-lirvOy-15" value="&lt;div&gt;Prose&amp;nbsp;Pod API&lt;/div&gt;" style="rounded=1;whiteSpace=wrap;html=1;fillColor=#d5e8d4;strokeColor=#82b366;" vertex="1" parent="1">
          <mxGeometry x="410" y="80" width="340" height="30" as="geometry" />
        </mxCell>
        <mxCell id="zfgBXv09rngYK-lirvOy-16" value="Prose Pod Server API" style="rounded=1;whiteSpace=wrap;html=1;verticalAlign=middle;spacing=4;fillColor=#fff2cc;strokeColor=#d6b656;" vertex="1" parent="1">
          <mxGeometry x="470" y="120" width="220" height="30" as="geometry" />
        </mxCell>
        <mxCell id="zfgBXv09rngYK-lirvOy-20" value="prosodyctl" style="rounded=1;whiteSpace=wrap;html=1;fillColor=#f8cecc;strokeColor=#b85450;" vertex="1" parent="1">
          <mxGeometry x="540" y="160" width="80" height="30" as="geometry" />
        </mxCell>
        <mxCell id="zfgBXv09rngYK-lirvOy-21" value="Prosody modules" style="rounded=1;whiteSpace=wrap;html=1;fillColor=#f8cecc;strokeColor=#b85450;" vertex="1" parent="1">
          <mxGeometry x="630" y="160" width="120" height="30" as="geometry" />
        </mxCell>
        <mxCell id="zfgBXv09rngYK-lirvOy-25" value="Prose Cloud API" style="rounded=1;whiteSpace=wrap;html=1;fillColor=#CFE3E6;strokeColor=#0e8088;" vertex="1" parent="1">
          <mxGeometry x="640" y="40" width="110" height="30" as="geometry" />
        </mxCell>
        <mxCell id="zfgBXv09rngYK-lirvOy-27" value="HTTP" style="rounded=1;whiteSpace=wrap;html=1;fillColor=#f5f5f5;strokeColor=#666666;fontColor=#333333;" vertex="1" parent="1">
          <mxGeometry x="675" y="65" width="40" height="20" as="geometry" />
        </mxCell>
        <mxCell id="zfgBXv09rngYK-lirvOy-28" value="HTTP" style="rounded=1;whiteSpace=wrap;html=1;fillColor=#f5f5f5;strokeColor=#666666;fontColor=#333333;" vertex="1" parent="1">
          <mxGeometry x="500" y="65" width="40" height="20" as="geometry" />
        </mxCell>
        <mxCell id="zfgBXv09rngYK-lirvOy-29" value="HTTP" style="rounded=1;whiteSpace=wrap;html=1;fillColor=#f5f5f5;strokeColor=#666666;fontColor=#333333;" vertex="1" parent="1">
          <mxGeometry x="565" y="105" width="40" height="20" as="geometry" />
        </mxCell>
        <mxCell id="zfgBXv09rngYK-lirvOy-30" value="FFI" style="rounded=1;whiteSpace=wrap;html=1;fillColor=#f5f5f5;strokeColor=#666666;fontColor=#333333;" vertex="1" parent="1">
          <mxGeometry x="70" y="105" width="40" height="20" as="geometry" />
        </mxCell>
        <mxCell id="zfgBXv09rngYK-lirvOy-31" value="WASM" style="rounded=1;whiteSpace=wrap;html=1;fillColor=#f5f5f5;strokeColor=#666666;fontColor=#333333;" vertex="1" parent="1">
          <mxGeometry x="250" y="105" width="50" height="20" as="geometry" />
        </mxCell>
        <mxCell id="zfgBXv09rngYK-lirvOy-32" value="Tauri" style="rounded=1;whiteSpace=wrap;html=1;fillColor=#f5f5f5;strokeColor=#666666;fontColor=#333333;" vertex="1" parent="1">
          <mxGeometry x="188.75" y="65" width="42.5" height="20" as="geometry" />
        </mxCell>
        <mxCell id="zfgBXv09rngYK-lirvOy-34" value="Rust" style="rounded=1;whiteSpace=wrap;html=1;fillColor=#f5f5f5;strokeColor=#666666;fontColor=#333333;" vertex="1" parent="1">
          <mxGeometry x="70" y="145" width="40" height="20" as="geometry" />
        </mxCell>
        <mxCell id="zfgBXv09rngYK-lirvOy-37" value="HTTP" style="rounded=1;whiteSpace=wrap;html=1;fillColor=#f5f5f5;strokeColor=#666666;fontColor=#333333;" vertex="1" parent="1">
          <mxGeometry x="640" y="145" width="40" height="20" as="geometry" />
        </mxCell>
        <mxCell id="zfgBXv09rngYK-lirvOy-38" value="OS pipes" style="rounded=1;whiteSpace=wrap;html=1;fillColor=#f5f5f5;strokeColor=#666666;fontColor=#333333;" vertex="1" parent="1">
          <mxGeometry x="550" y="145" width="60" height="20" as="geometry" />
        </mxCell>
        <mxCell id="zfgBXv09rngYK-lirvOy-39" value="Rust" style="rounded=1;whiteSpace=wrap;html=1;fillColor=#f5f5f5;strokeColor=#666666;fontColor=#333333;" vertex="1" parent="1">
          <mxGeometry x="255" y="145" width="40" height="20" as="geometry" />
        </mxCell>
        <mxCell id="zfgBXv09rngYK-lirvOy-42" value="Rust" style="rounded=1;whiteSpace=wrap;html=1;fillColor=#f5f5f5;strokeColor=#666666;fontColor=#333333;" vertex="1" parent="1">
          <mxGeometry x="480" y="145" width="40" height="20" as="geometry" />
        </mxCell>
        <mxCell id="zfgBXv09rngYK-lirvOy-46" value="XMPP" style="rounded=1;whiteSpace=wrap;html=1;fillColor=#f5f5f5;strokeColor=#666666;fontColor=#333333;verticalAlign=middle;align=center;" vertex="1" parent="1">
          <mxGeometry x="260" y="185" width="50" height="20" as="geometry" />
        </mxCell>
        <mxCell id="zfgBXv09rngYK-lirvOy-47" value="Lua" style="rounded=1;whiteSpace=wrap;html=1;fillColor=#f5f5f5;strokeColor=#666666;fontColor=#333333;" vertex="1" parent="1">
          <mxGeometry x="670" y="185" width="40" height="20" as="geometry" />
        </mxCell>
        <mxCell id="zfgBXv09rngYK-lirvOy-48" value="Lua" style="rounded=1;whiteSpace=wrap;html=1;fillColor=#f5f5f5;strokeColor=#666666;fontColor=#333333;" vertex="1" parent="1">
          <mxGeometry x="560" y="185" width="40" height="20" as="geometry" />
        </mxCell>
        <mxCell id="zfgBXv09rngYK-lirvOy-50" value="prose-app-windows" style="rounded=1;whiteSpace=wrap;html=1;fillColor=#dae8fc;strokeColor=#6c8ebf;" vertex="1" parent="1">
          <mxGeometry x="280" y="40" width="120" height="30" as="geometry" />
        </mxCell>
        <mxCell id="zfgBXv09rngYK-lirvOy-51" value="Tauri" style="rounded=1;whiteSpace=wrap;html=1;fillColor=#f5f5f5;strokeColor=#666666;fontColor=#333333;" vertex="1" parent="1">
          <mxGeometry x="318.75" y="65" width="42.5" height="20" as="geometry" />
        </mxCell>
        <mxCell id="zfgBXv09rngYK-lirvOy-53" value="Rust" style="rounded=1;whiteSpace=wrap;html=1;fillColor=#f5f5f5;strokeColor=#666666;fontColor=#333333;" vertex="1" parent="1">
          <mxGeometry x="420" y="105" width="40" height="60" as="geometry" />
        </mxCell>
        <mxCell id="zfgBXv09rngYK-lirvOy-54" value="HTTP" style="rounded=1;whiteSpace=wrap;html=1;fillColor=#f5f5f5;strokeColor=#666666;fontColor=#333333;" vertex="1" parent="1">
          <mxGeometry x="700" y="105" width="40" height="60" as="geometry" />
        </mxCell>
      </root>
    </mxGraphModel>
  </diagram>
  <diagram name="pod-back-architecture" id="UJ_dZeeM6ULuxd2edw_Y">
    <mxGraphModel dx="987" dy="730" grid="1" gridSize="10" guides="1" tooltips="1" connect="1" arrows="1" fold="1" page="1" pageScale="1" pageWidth="1600" pageHeight="900" math="0" shadow="0">
      <root>
        <mxCell id="E7-AHt5btoxRIVQFLrxm-0" />
        <mxCell id="E7-AHt5btoxRIVQFLrxm-1" parent="E7-AHt5btoxRIVQFLrxm-0" />
        <mxCell id="E7-AHt5btoxRIVQFLrxm-2" value="Prosody" style="rounded=1;whiteSpace=wrap;html=1;verticalAlign=middle;spacing=4;fillColor=#f8cecc;strokeColor=#b85450;" vertex="1" parent="E7-AHt5btoxRIVQFLrxm-1">
          <mxGeometry x="40" y="200" width="450" height="30" as="geometry" />
        </mxCell>
        <mxCell id="E7-AHt5btoxRIVQFLrxm-6" value="prose-core-client" style="rounded=1;whiteSpace=wrap;html=1;verticalAlign=middle;spacing=4;fillColor=#ffe6cc;strokeColor=#d79b00;" vertex="1" parent="E7-AHt5btoxRIVQFLrxm-1">
          <mxGeometry x="40" y="160" width="230" height="30" as="geometry" />
        </mxCell>
        <mxCell id="E7-AHt5btoxRIVQFLrxm-9" value="Prose Pod Dashboard" style="rounded=1;whiteSpace=wrap;html=1;fillColor=#dae8fc;strokeColor=#6c8ebf;" vertex="1" parent="E7-AHt5btoxRIVQFLrxm-1">
          <mxGeometry x="150" y="40" width="220" height="30" as="geometry" />
        </mxCell>
        <mxCell id="E7-AHt5btoxRIVQFLrxm-10" value="&lt;div&gt;Prose&amp;nbsp;Pod API&lt;/div&gt;" style="rounded=1;whiteSpace=wrap;html=1;fillColor=#d5e8d4;strokeColor=#82b366;" vertex="1" parent="E7-AHt5btoxRIVQFLrxm-1">
          <mxGeometry x="150" y="80" width="340" height="30" as="geometry" />
        </mxCell>
        <mxCell id="E7-AHt5btoxRIVQFLrxm-11" value="Prose Pod Server API" style="rounded=1;whiteSpace=wrap;html=1;verticalAlign=middle;spacing=4;fillColor=#fff2cc;strokeColor=#d6b656;" vertex="1" parent="E7-AHt5btoxRIVQFLrxm-1">
          <mxGeometry x="210" y="120" width="220" height="30" as="geometry" />
        </mxCell>
        <mxCell id="E7-AHt5btoxRIVQFLrxm-12" value="prosodyctl" style="rounded=1;whiteSpace=wrap;html=1;fillColor=#f8cecc;strokeColor=#b85450;" vertex="1" parent="E7-AHt5btoxRIVQFLrxm-1">
          <mxGeometry x="280" y="160" width="80" height="30" as="geometry" />
        </mxCell>
        <mxCell id="E7-AHt5btoxRIVQFLrxm-13" value="Prosody modules" style="rounded=1;whiteSpace=wrap;html=1;fillColor=#f8cecc;strokeColor=#b85450;" vertex="1" parent="E7-AHt5btoxRIVQFLrxm-1">
          <mxGeometry x="370" y="160" width="120" height="30" as="geometry" />
        </mxCell>
        <mxCell id="E7-AHt5btoxRIVQFLrxm-14" value="Prose Cloud API" style="rounded=1;whiteSpace=wrap;html=1;fillColor=#CFE3E6;strokeColor=#0e8088;" vertex="1" parent="E7-AHt5btoxRIVQFLrxm-1">
          <mxGeometry x="380" y="40" width="110" height="30" as="geometry" />
        </mxCell>
        <mxCell id="E7-AHt5btoxRIVQFLrxm-15" value="HTTP" style="rounded=1;whiteSpace=wrap;html=1;fillColor=#f5f5f5;strokeColor=#666666;fontColor=#333333;" vertex="1" parent="E7-AHt5btoxRIVQFLrxm-1">
          <mxGeometry x="415" y="65" width="40" height="20" as="geometry" />
        </mxCell>
        <mxCell id="E7-AHt5btoxRIVQFLrxm-16" value="HTTP" style="rounded=1;whiteSpace=wrap;html=1;fillColor=#f5f5f5;strokeColor=#666666;fontColor=#333333;" vertex="1" parent="E7-AHt5btoxRIVQFLrxm-1">
          <mxGeometry x="240" y="65" width="40" height="20" as="geometry" />
        </mxCell>
        <mxCell id="E7-AHt5btoxRIVQFLrxm-17" value="HTTP" style="rounded=1;whiteSpace=wrap;html=1;fillColor=#f5f5f5;strokeColor=#666666;fontColor=#333333;" vertex="1" parent="E7-AHt5btoxRIVQFLrxm-1">
          <mxGeometry x="305" y="105" width="40" height="20" as="geometry" />
        </mxCell>
        <mxCell id="E7-AHt5btoxRIVQFLrxm-22" value="HTTP" style="rounded=1;whiteSpace=wrap;html=1;fillColor=#f5f5f5;strokeColor=#666666;fontColor=#333333;" vertex="1" parent="E7-AHt5btoxRIVQFLrxm-1">
          <mxGeometry x="380" y="145" width="40" height="20" as="geometry" />
        </mxCell>
        <mxCell id="E7-AHt5btoxRIVQFLrxm-23" value="OS pipes" style="rounded=1;whiteSpace=wrap;html=1;fillColor=#f5f5f5;strokeColor=#666666;fontColor=#333333;" vertex="1" parent="E7-AHt5btoxRIVQFLrxm-1">
          <mxGeometry x="290" y="145" width="60" height="20" as="geometry" />
        </mxCell>
        <mxCell id="E7-AHt5btoxRIVQFLrxm-25" value="Rust" style="rounded=1;whiteSpace=wrap;html=1;fillColor=#f5f5f5;strokeColor=#666666;fontColor=#333333;" vertex="1" parent="E7-AHt5btoxRIVQFLrxm-1">
          <mxGeometry x="220" y="145" width="40" height="20" as="geometry" />
        </mxCell>
        <mxCell id="E7-AHt5btoxRIVQFLrxm-26" value="XMPP" style="rounded=1;whiteSpace=wrap;html=1;fillColor=#f5f5f5;strokeColor=#666666;fontColor=#333333;verticalAlign=middle;align=center;" vertex="1" parent="E7-AHt5btoxRIVQFLrxm-1">
          <mxGeometry x="130" y="185" width="50" height="20" as="geometry" />
        </mxCell>
        <mxCell id="E7-AHt5btoxRIVQFLrxm-27" value="Lua" style="rounded=1;whiteSpace=wrap;html=1;fillColor=#f5f5f5;strokeColor=#666666;fontColor=#333333;" vertex="1" parent="E7-AHt5btoxRIVQFLrxm-1">
          <mxGeometry x="410" y="185" width="40" height="20" as="geometry" />
        </mxCell>
        <mxCell id="E7-AHt5btoxRIVQFLrxm-28" value="Lua" style="rounded=1;whiteSpace=wrap;html=1;fillColor=#f5f5f5;strokeColor=#666666;fontColor=#333333;" vertex="1" parent="E7-AHt5btoxRIVQFLrxm-1">
          <mxGeometry x="300" y="185" width="40" height="20" as="geometry" />
        </mxCell>
        <mxCell id="E7-AHt5btoxRIVQFLrxm-31" value="Rust" style="rounded=1;whiteSpace=wrap;html=1;fillColor=#f5f5f5;strokeColor=#666666;fontColor=#333333;" vertex="1" parent="E7-AHt5btoxRIVQFLrxm-1">
          <mxGeometry x="160" y="105" width="40" height="60" as="geometry" />
        </mxCell>
        <mxCell id="E7-AHt5btoxRIVQFLrxm-32" value="HTTP" style="rounded=1;whiteSpace=wrap;html=1;fillColor=#f5f5f5;strokeColor=#666666;fontColor=#333333;" vertex="1" parent="E7-AHt5btoxRIVQFLrxm-1">
          <mxGeometry x="440" y="105" width="40" height="60" as="geometry" />
        </mxCell>
        <mxCell id="JBYlYDymIYzXm78y954v-0" value="Prose clients" style="rounded=1;whiteSpace=wrap;html=1;fillColor=#dae8fc;strokeColor=#6c8ebf;dashed=1;fillStyle=auto;" vertex="1" parent="E7-AHt5btoxRIVQFLrxm-1">
          <mxGeometry x="40" y="120" width="100" height="30" as="geometry" />
        </mxCell>
      </root>
    </mxGraphModel>
  </diagram>
  <diagram name="pod-back-architecture-v1" id="e2J1NK6IQZjposIWtWlT">
    <mxGraphModel dx="1234" dy="912" grid="1" gridSize="10" guides="1" tooltips="1" connect="1" arrows="1" fold="1" page="1" pageScale="1" pageWidth="1600" pageHeight="900" math="0" shadow="0">
      <root>
        <mxCell id="rXV2106azVoem4_YYjvs-0" />
        <mxCell id="rXV2106azVoem4_YYjvs-1" parent="rXV2106azVoem4_YYjvs-0" />
        <mxCell id="rXV2106azVoem4_YYjvs-2" value="Prosody" style="rounded=1;whiteSpace=wrap;html=1;verticalAlign=middle;spacing=4;fillColor=#f8cecc;strokeColor=#b85450;" parent="rXV2106azVoem4_YYjvs-1" vertex="1">
          <mxGeometry x="40" y="160" width="370" height="30" as="geometry" />
        </mxCell>
        <mxCell id="rXV2106azVoem4_YYjvs-6" value="prose-core-client" style="rounded=1;whiteSpace=wrap;html=1;verticalAlign=middle;spacing=4;fillColor=#ffe6cc;strokeColor=#d79b00;" parent="rXV2106azVoem4_YYjvs-1" vertex="1">
          <mxGeometry x="40" y="120" width="210" height="30" as="geometry" />
        </mxCell>
        <mxCell id="rXV2106azVoem4_YYjvs-9" value="Prose Pod Dashboard" style="rounded=1;whiteSpace=wrap;html=1;fillColor=#dae8fc;strokeColor=#6c8ebf;" parent="rXV2106azVoem4_YYjvs-1" vertex="1">
          <mxGeometry x="150" y="40" width="140" height="30" as="geometry" />
        </mxCell>
        <mxCell id="rXV2106azVoem4_YYjvs-10" value="&lt;div&gt;Prose&amp;nbsp;Pod API&lt;/div&gt;" style="rounded=1;whiteSpace=wrap;html=1;fillColor=#d5e8d4;strokeColor=#82b366;" parent="rXV2106azVoem4_YYjvs-1" vertex="1">
          <mxGeometry x="150" y="80" width="260" height="30" as="geometry" />
        </mxCell>
        <mxCell id="rXV2106azVoem4_YYjvs-13" value="Prosody modules" style="rounded=1;whiteSpace=wrap;html=1;fillColor=#f8cecc;strokeColor=#b85450;" parent="rXV2106azVoem4_YYjvs-1" vertex="1">
          <mxGeometry x="260" y="120" width="150" height="30" as="geometry" />
        </mxCell>
        <mxCell id="rXV2106azVoem4_YYjvs-14" value="Prose Cloud API" style="rounded=1;whiteSpace=wrap;html=1;fillColor=#CFE3E6;strokeColor=#0e8088;" parent="rXV2106azVoem4_YYjvs-1" vertex="1">
          <mxGeometry x="300" y="40" width="110" height="30" as="geometry" />
        </mxCell>
        <mxCell id="rXV2106azVoem4_YYjvs-15" value="HTTP" style="rounded=1;whiteSpace=wrap;html=1;fillColor=#f5f5f5;strokeColor=#666666;fontColor=#333333;" parent="rXV2106azVoem4_YYjvs-1" vertex="1">
          <mxGeometry x="335" y="65" width="40" height="20" as="geometry" />
        </mxCell>
        <mxCell id="rXV2106azVoem4_YYjvs-16" value="HTTP" style="rounded=1;whiteSpace=wrap;html=1;fillColor=#f5f5f5;strokeColor=#666666;fontColor=#333333;" parent="rXV2106azVoem4_YYjvs-1" vertex="1">
          <mxGeometry x="200" y="65" width="40" height="20" as="geometry" />
        </mxCell>
        <mxCell id="rXV2106azVoem4_YYjvs-17" value="HTTP" style="rounded=1;whiteSpace=wrap;html=1;fillColor=#f5f5f5;strokeColor=#666666;fontColor=#333333;" parent="rXV2106azVoem4_YYjvs-1" vertex="1">
          <mxGeometry x="315" y="105" width="40" height="20" as="geometry" />
        </mxCell>
        <mxCell id="rXV2106azVoem4_YYjvs-26" value="XMPP" style="rounded=1;whiteSpace=wrap;html=1;fillColor=#f5f5f5;strokeColor=#666666;fontColor=#333333;verticalAlign=middle;align=center;" parent="rXV2106azVoem4_YYjvs-1" vertex="1">
          <mxGeometry x="120" y="145" width="50" height="20" as="geometry" />
        </mxCell>
        <mxCell id="rXV2106azVoem4_YYjvs-27" value="Lua" style="rounded=1;whiteSpace=wrap;html=1;fillColor=#f5f5f5;strokeColor=#666666;fontColor=#333333;" parent="rXV2106azVoem4_YYjvs-1" vertex="1">
          <mxGeometry x="315" y="145" width="40" height="20" as="geometry" />
        </mxCell>
        <mxCell id="rXV2106azVoem4_YYjvs-31" value="Rust" style="rounded=1;whiteSpace=wrap;html=1;fillColor=#f5f5f5;strokeColor=#666666;fontColor=#333333;" parent="rXV2106azVoem4_YYjvs-1" vertex="1">
          <mxGeometry x="180" y="105" width="40" height="20" as="geometry" />
        </mxCell>
        <mxCell id="mMUSec0gWSy27xPxYZwg-0" value="Prose clients" style="rounded=1;whiteSpace=wrap;html=1;fillColor=#dae8fc;strokeColor=#6c8ebf;dashed=1;fillStyle=auto;" parent="rXV2106azVoem4_YYjvs-1" vertex="1">
          <mxGeometry x="40" y="80" width="100" height="30" as="geometry" />
        </mxCell>
      </root>
    </mxGraphModel>
  </diagram>
</mxfile>
